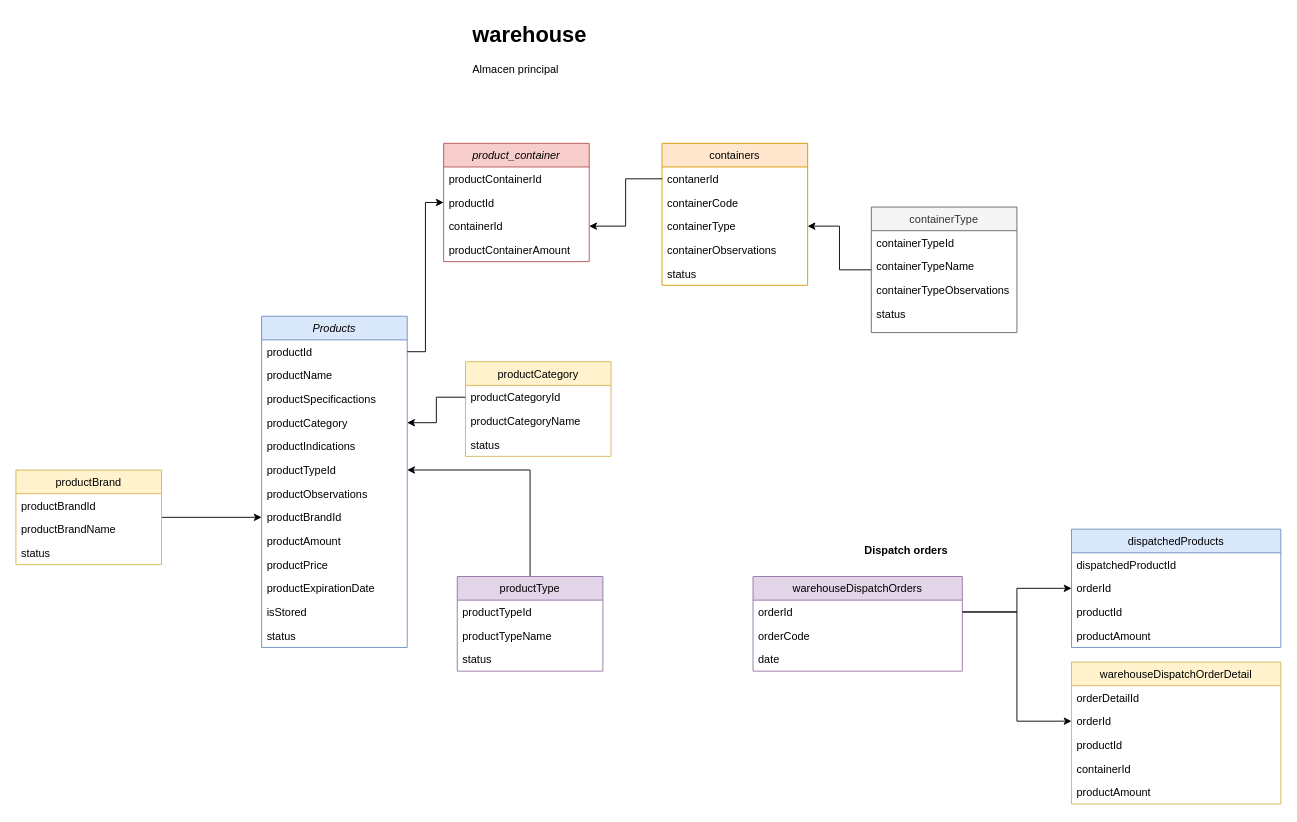
This is pharmacy.drawio from CarlosMayo1/pharmacy, a draw.io file, before an edit. Source tidied: cells renumbered, new cells numbered last; positions are measured from the earlier drawing's top-left corner, leaving out a move shared by most shapes. Both pictures are drawn from the tidied source at 91%, with x=0, y=0 at pixel (15, 15).
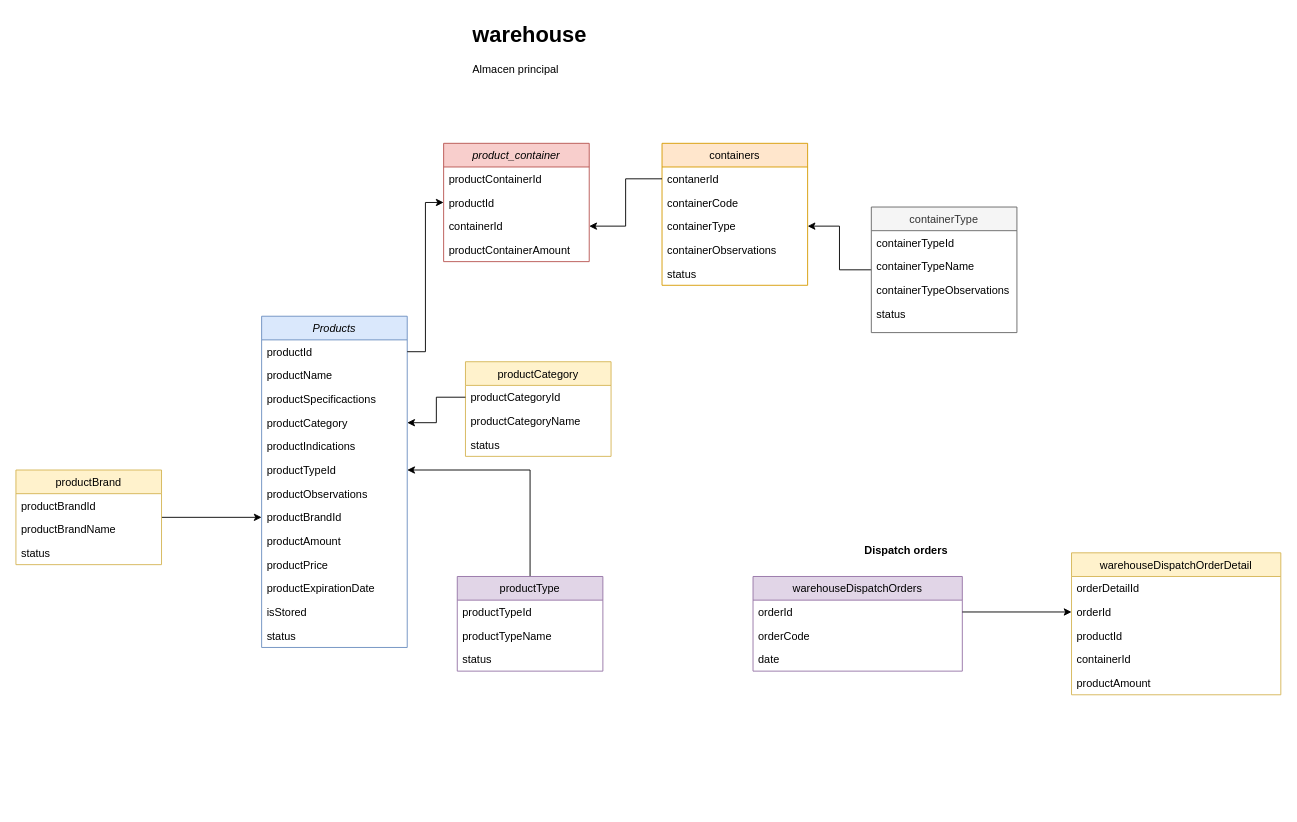
Above is the later version.

Unchanged cells that the change refers to:
```xml
<mxCell id="52" value="orderId" style="text;align=left;verticalAlign=top;spacingLeft=4;spacingRight=4;overflow=hidden;points=[[0,0.5],[1,0.5]];portConstraint=eastwest;" parent="51" vertex="1">
  <mxGeometry y="26" width="230" height="26" as="geometry" />
</mxCell>
```

Change to the diagram source:
```diff
@@
     <mxCell id="56" value="warehouseDispatchOrderDetail" style="swimlane;fontStyle=0;align=center;verticalAlign=top;horizontal=1;startSize=26;rounded=0;shadow=0;strokeWidth=1;fillColor=#fff2cc;strokeColor=#d6b656;" parent="1" vertex="1">
-      <mxGeometry x="1160" y="710" width="230" height="156" as="geometry" />
+      <mxGeometry x="1160" y="590" width="230" height="156" as="geometry" />
     </mxCell>
@@
-    <mxCell id="62" value="dispatchedProducts" style="swimlane;fontStyle=0;align=center;verticalAlign=top;horizontal=1;startSize=26;rounded=0;shadow=0;strokeWidth=1;fillColor=#dae8fc;strokeColor=#6c8ebf;" parent="1" vertex="1">
-      <mxGeometry x="1160" y="564" width="230" height="130" as="geometry" />
-    </mxCell>
-    <mxCell id="63" value="dispatchedProductId" style="text;align=left;verticalAlign=top;spacingLeft=4;spacingRight=4;overflow=hidden;" parent="62" vertex="1">
-      <mxGeometry y="26" width="230" height="26" as="geometry" />
-    </mxCell>
-    <mxCell id="64" value="orderId" style="text;align=left;verticalAlign=top;spacingLeft=4;spacingRight=4;overflow=hidden;points=[[0,0.5],[1,0.5]];portConstraint=eastwest;" parent="62" vertex="1">
-      <mxGeometry y="52" width="230" height="26" as="geometry" />
-    </mxCell>
-    <mxCell id="65" value="productId" style="text;align=left;verticalAlign=top;spacingLeft=4;spacingRight=4;overflow=hidden;" parent="62" vertex="1">
-      <mxGeometry y="78" width="230" height="26" as="geometry" />
-    </mxCell>
-    <mxCell id="66" value="productAmount" style="text;align=left;verticalAlign=top;spacingLeft=4;spacingRight=4;overflow=hidden;" parent="62" vertex="1">
-      <mxGeometry y="104" width="230" height="26" as="geometry" />
-    </mxCell>
-    <mxCell id="67" style="edgeStyle=orthogonalEdgeStyle;rounded=0;jettySize=auto;html=1;" parent="1" edge="1" source="52" target="64">
-      <mxGeometry relative="1" as="geometry" />
-    </mxCell>
```
